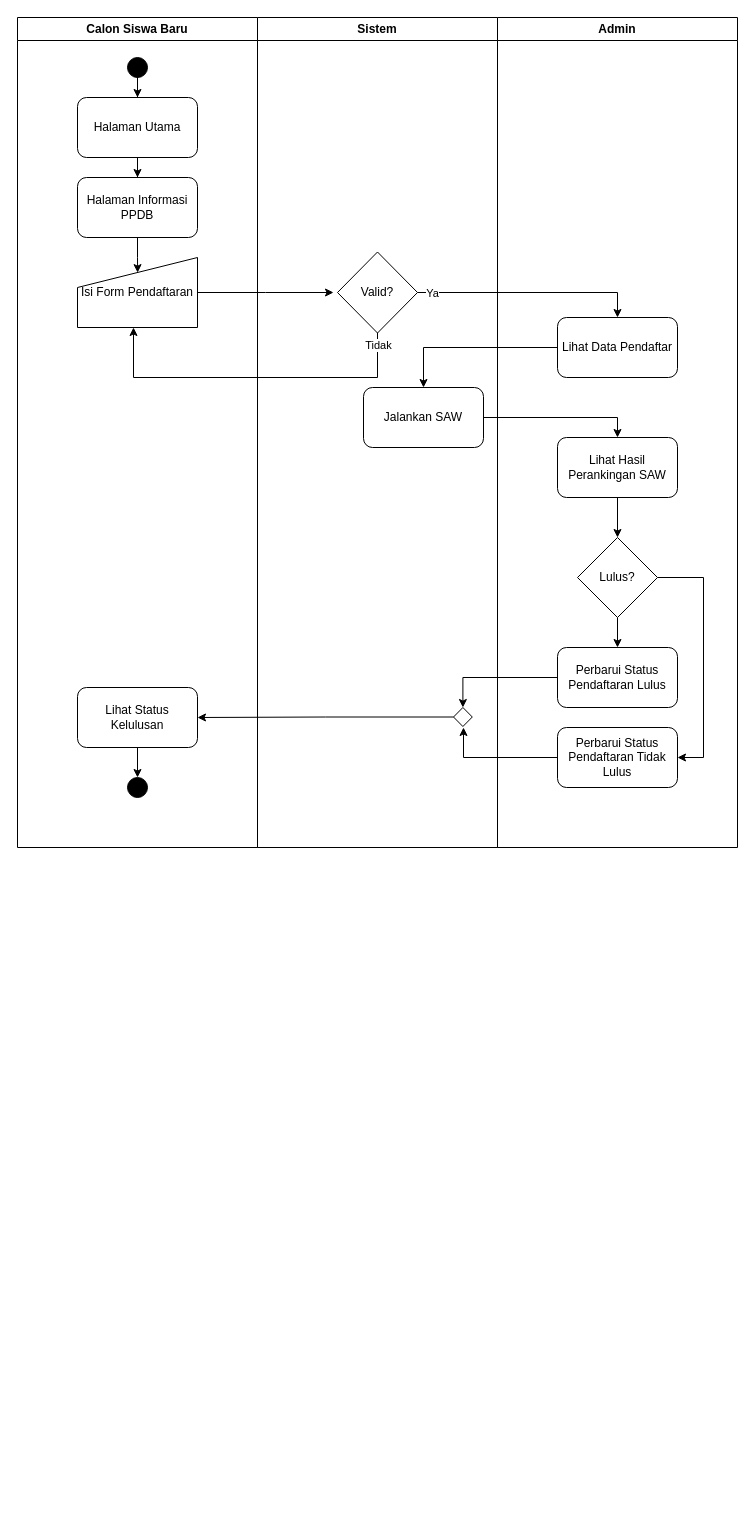
ryotwell/draw.io keeps this draw.io diagram as design/diagram-activity-proposal.drawio. Above is the earlier version. Source tidied: cells renumbered, new cells numbered last; positions are measured from the earlier drawing's top-left corner, leaving out a move shared by most shapes. Both pictures are drawn from the tidied source at 100%, with x=0, y=0 at pixel (17, 17).
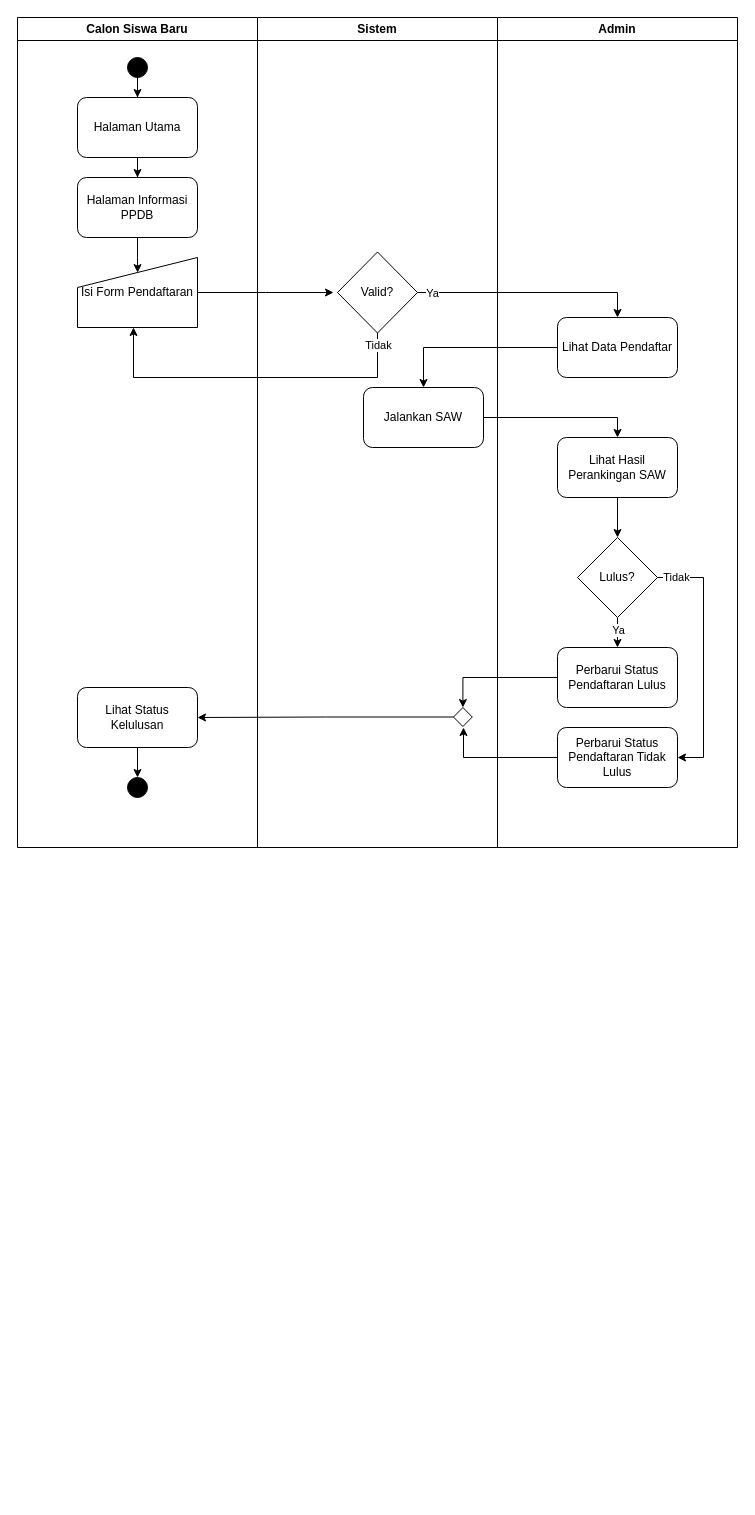
After the change.

The change refers to these unchanged cells:
```xml
<mxCell id="25" style="edgeStyle=orthogonalEdgeStyle;rounded=0;jettySize=auto;html=1;entryX=0.5;entryY=0;entryDx=0;entryDy=0;" parent="21" edge="1" source="27" target="30">
  <mxGeometry relative="1" as="geometry" />
</mxCell>
<mxCell id="26" style="edgeStyle=orthogonalEdgeStyle;rounded=0;jettySize=auto;html=1;entryX=1;entryY=0.5;entryDx=0;entryDy=0;" parent="21" edge="1" source="27" target="29">
  <mxGeometry relative="1" as="geometry">
    <Array as="points">
      <mxPoint x="206" y="560" />
      <mxPoint x="206" y="740" />
    </Array>
  </mxGeometry>
</mxCell>
```

The edit, as a diff of the source:
```diff
@@
+    <mxCell id="37" value="Ya" style="edgeLabel;html=1;align=center;verticalAlign=middle;" parent="25" vertex="1">
+      <mxGeometry x="0.13" relative="1" as="geometry" />
+    </mxCell>
@@
+    <mxCell id="38" value="Tidak" style="edgeLabel;html=1;align=center;verticalAlign=middle;" parent="26" vertex="1">
+      <mxGeometry x="-0.86" y="1" relative="1" as="geometry" />
+    </mxCell>
```
